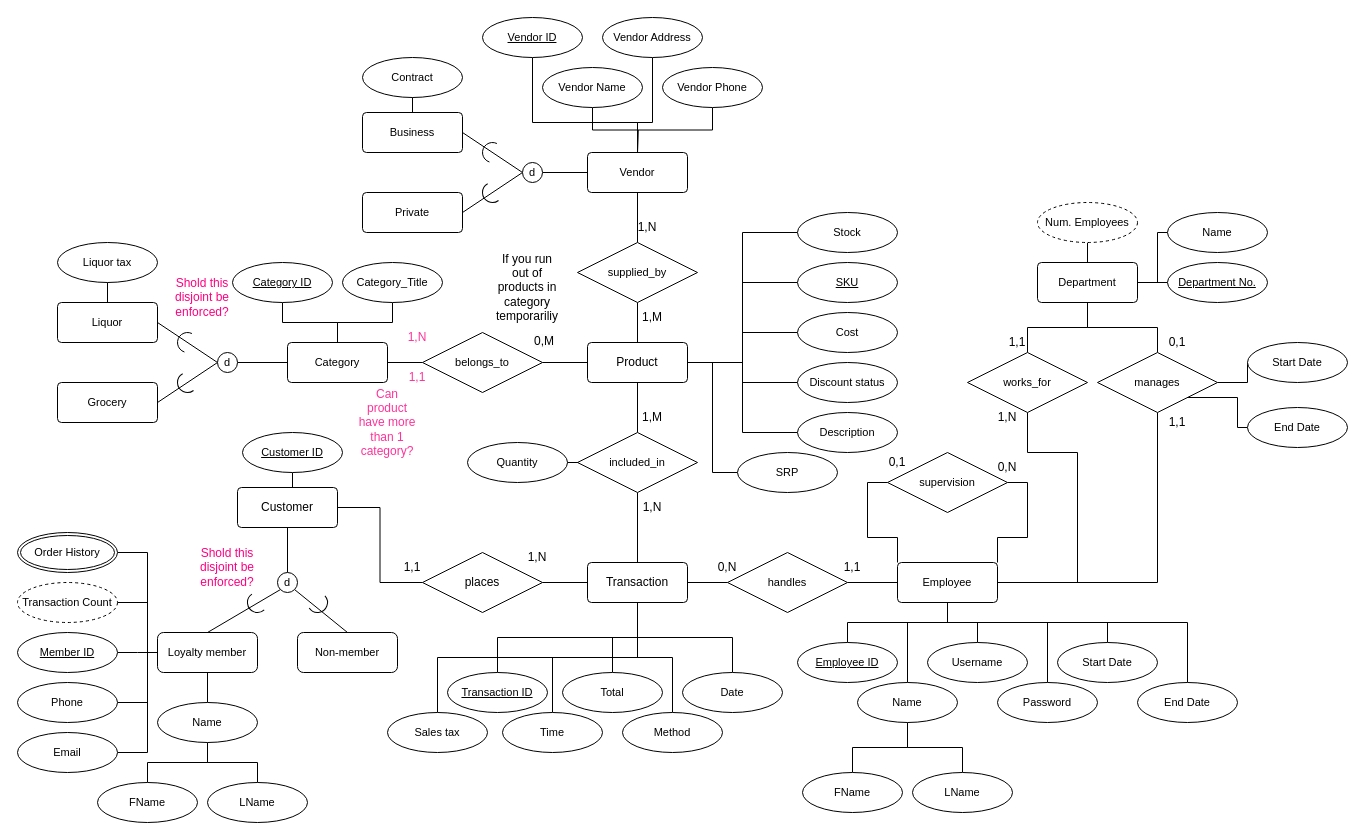
The draw.io diagram Scotts_Bar_2_ERD.drawio in vincentgruse/ScottsBar2, before the edit. Source tidied: cells renumbered, new cells numbered last; positions are measured from the earlier drawing's top-left corner, leaving out a move shared by most shapes. Both pictures are drawn from the tidied source at 100%, with x=0, y=0 at pixel (17, 17).
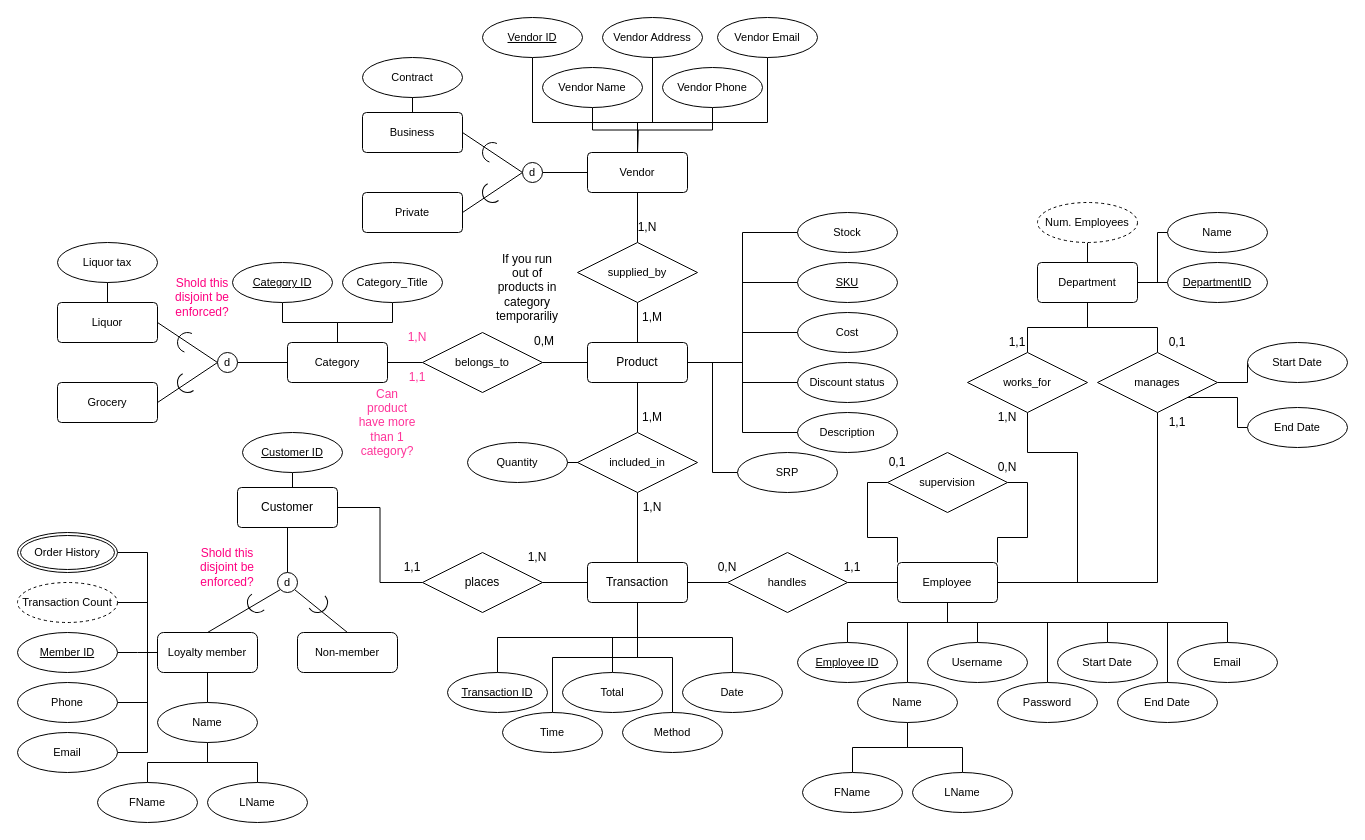
The same page after the edit.

The change refers to these unchanged cells:
```xml
<mxCell id="5" value="Transaction" style="rounded=1;arcSize=10;whiteSpace=wrap;html=1;align=center;" parent="1" vertex="1">
  <mxGeometry x="570" y="545" width="100" height="40" as="geometry" />
</mxCell>
<mxCell id="24" value="Vendor" style="rounded=1;arcSize=10;whiteSpace=wrap;html=1;align=center;fontFamily=Helvetica;fontSize=11;fontColor=default;labelBackgroundColor=default;" parent="1" vertex="1">
  <mxGeometry x="570" y="135" width="100" height="40" as="geometry" />
</mxCell>
<mxCell id="61" value="Employee" style="rounded=1;arcSize=10;whiteSpace=wrap;html=1;align=center;fontFamily=Helvetica;fontSize=11;fontColor=default;labelBackgroundColor=default;" parent="1" vertex="1">
  <mxGeometry x="880" y="545" width="100" height="40" as="geometry" />
</mxCell>
```

The edit, as a diff of the source:
```diff
@@
+    <mxCell id="164" style="edgeStyle=orthogonalEdgeStyle;rounded=0;jettySize=auto;html=1;exitX=0.5;exitY=0;exitDx=0;exitDy=0;entryX=0.5;entryY=1;entryDx=0;entryDy=0;endArrow=none;endFill=0;" parent="1" edge="1" source="24" target="166">
+      <mxGeometry relative="1" as="geometry">
+        <Array as="points">
+          <mxPoint x="620" y="105" />
+          <mxPoint x="750" y="105" />
+        </Array>
+      </mxGeometry>
+    </mxCell>
@@
+    <mxCell id="165" style="edgeStyle=orthogonalEdgeStyle;rounded=0;jettySize=auto;html=1;exitX=0.5;exitY=1;exitDx=0;exitDy=0;entryX=0.5;entryY=0;entryDx=0;entryDy=0;endArrow=none;endFill=0;" parent="1" edge="1" source="61" target="167">
+      <mxGeometry relative="1" as="geometry" />
+    </mxCell>
@@
-    <mxCell id="91" value="&lt;u&gt;Department No.&lt;/u&gt;" style="ellipse;whiteSpace=wrap;html=1;align=center;fontFamily=Helvetica;fontSize=11;fontColor=default;labelBackgroundColor=default;" parent="1" vertex="1">
+    <mxCell id="91" value="&lt;u&gt;DepartmentID&lt;/u&gt;" style="ellipse;whiteSpace=wrap;html=1;align=center;fontFamily=Helvetica;fontSize=11;fontColor=default;labelBackgroundColor=default;" parent="1" vertex="1">
       <mxGeometry x="1150" y="245" width="100" height="40" as="geometry" />
     </mxCell>
@@
-    <mxCell id="123" style="edgeStyle=orthogonalEdgeStyle;rounded=0;jettySize=auto;html=1;exitX=0.5;exitY=0;exitDx=0;exitDy=0;entryX=0.5;entryY=1;entryDx=0;entryDy=0;strokeColor=default;align=center;verticalAlign=middle;fontFamily=Helvetica;fontSize=11;fontColor=default;labelBackgroundColor=default;endArrow=none;endFill=0;" parent="1" edge="1" source="124" target="5">
-      <mxGeometry relative="1" as="geometry" />
-    </mxCell>
-    <mxCell id="124" value="Sales tax" style="ellipse;whiteSpace=wrap;html=1;align=center;fontFamily=Helvetica;fontSize=11;fontColor=default;labelBackgroundColor=default;" parent="1" vertex="1">
-      <mxGeometry x="370" y="695" width="100" height="40" as="geometry" />
-    </mxCell>
@@
+    <mxCell id="166" value="Vendor Email" style="ellipse;whiteSpace=wrap;html=1;align=center;fontFamily=Helvetica;fontSize=11;fontColor=default;labelBackgroundColor=default;" parent="1" vertex="1">
+      <mxGeometry x="700" width="100" height="40" as="geometry" />
+    </mxCell>
@@
     <mxCell id="151" style="edgeStyle=orthogonalEdgeStyle;rounded=0;jettySize=auto;html=1;exitX=0.5;exitY=0;exitDx=0;exitDy=0;entryX=0.5;entryY=1;entryDx=0;entryDy=0;endArrow=none;endFill=0;" parent="1" edge="1" source="152" target="61">
       <mxGeometry relative="1" as="geometry">
         <Array as="points">
-          <mxPoint x="1170" y="605" />
+          <mxPoint x="1150" y="605" />
           <mxPoint x="930" y="605" />
         </Array>
       </mxGeometry>
     </mxCell>
     <mxCell id="152" value="End Date" style="ellipse;whiteSpace=wrap;html=1;align=center;fontFamily=Helvetica;fontSize=11;fontColor=default;labelBackgroundColor=default;" parent="1" vertex="1">
-      <mxGeometry x="1120" y="665" width="100" height="40" as="geometry" />
+      <mxGeometry x="1100" y="665" width="100" height="40" as="geometry" />
     </mxCell>
@@
+    <mxCell id="167" value="Email" style="ellipse;whiteSpace=wrap;html=1;align=center;fontFamily=Helvetica;fontSize=11;fontColor=default;labelBackgroundColor=default;" parent="1" vertex="1">
+      <mxGeometry x="1160" y="625" width="100" height="40" as="geometry" />
+    </mxCell>
```
